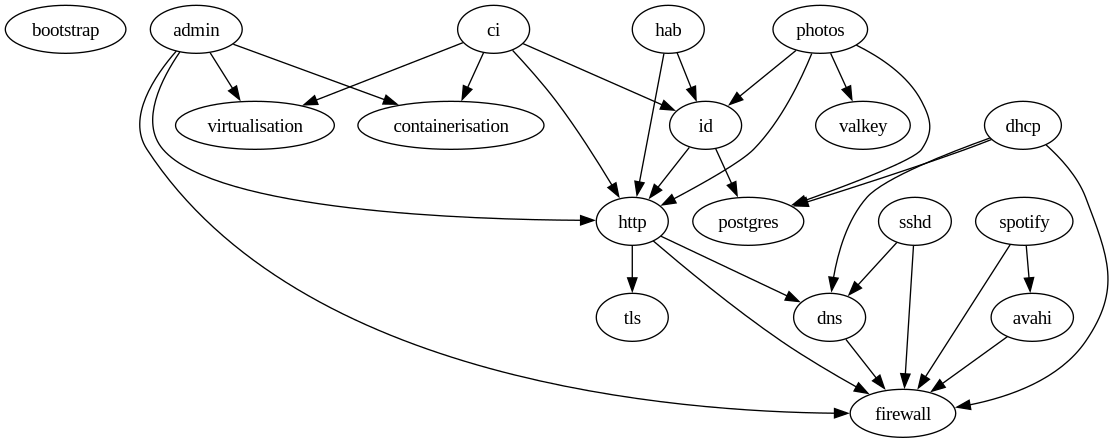
Earlier version of the Graphviz export depgraph.png (mbooth101/homelab). Its source is kept beside it as depgraph.gv.
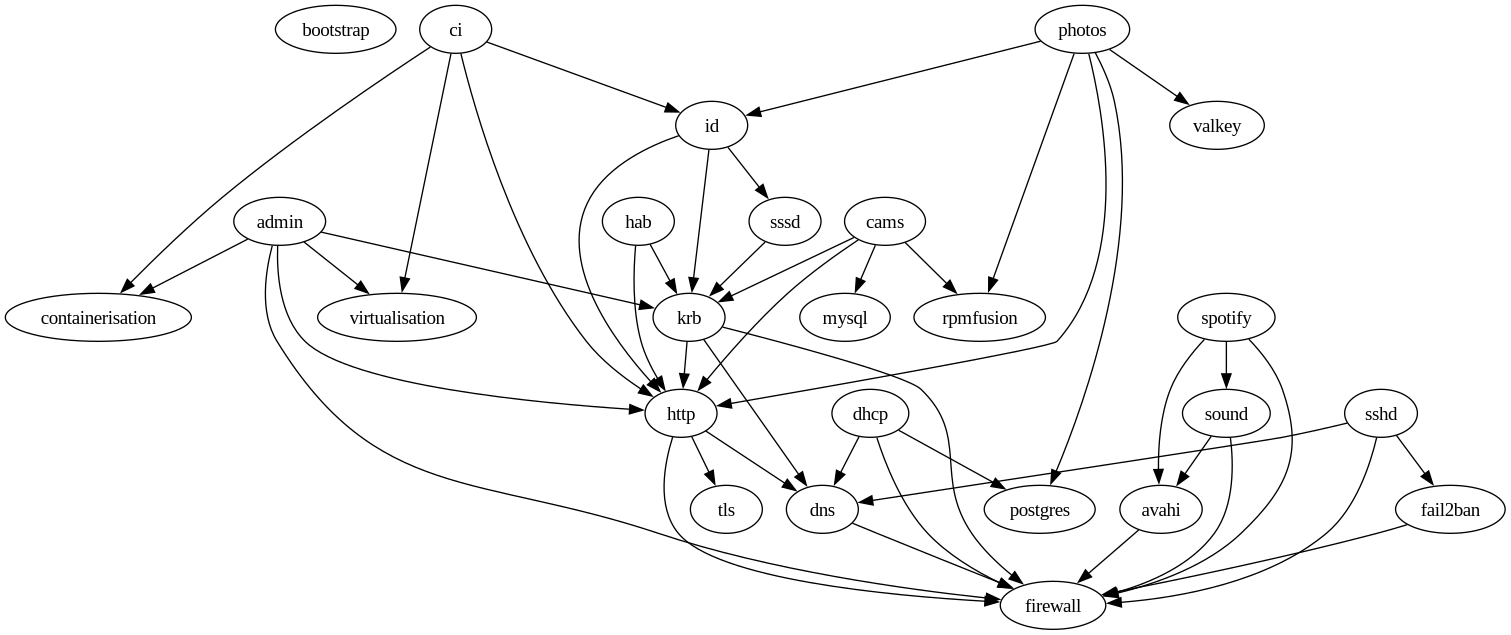
The same file after the commit.

Diff of the diagram source:
```diff
@@ -1,48 +1,71 @@
 digraph {
 	bootstrap
+	dhcp
+	dhcp -> firewall
+	firewall
+	dhcp -> dns
 	dns
 	dns -> firewall
-	firewall
-	dhcp
-	dhcp -> firewall
-	dhcp -> dns
 	dhcp -> postgres
 	postgres
 	sshd
 	sshd -> firewall
 	sshd -> dns
+	sshd -> fail2ban
+	fail2ban
+	fail2ban -> firewall
+	id
+	id -> http
+	http
+	http -> firewall
+	http -> dns
+	http -> tls
+	tls
+	id -> krb
+	krb
+	krb -> firewall
+	krb -> dns
+	krb -> http
+	id -> sssd
+	sssd
+	sssd -> krb
+	admin
+	admin -> firewall
+	admin -> http
+	admin -> krb
+	admin -> containerisation
+	containerisation
+	admin -> virtualisation
+	virtualisation
+	cams
+	cams -> rpmfusion
+	rpmfusion
+	cams -> http
+	cams -> krb
+	cams -> mysql
+	mysql
 	spotify
 	spotify -> firewall
 	spotify -> avahi
 	avahi
 	avahi -> firewall
-	admin
-	admin -> firewall
-	admin -> http
-	http
-	http -> firewall
-	http -> dns
-	http -> tls
-	tls
-	admin -> containerisation
-	containerisation
-	admin -> virtualisation
-	virtualisation
-	id
-	id -> http
-	id -> postgres
+	spotify -> sound
+	sound
+	sound -> firewall
+	sound -> avahi
+	photos
+	photos -> rpmfusion
+	photos -> http
+	photos -> postgres
+	photos -> id
+	photos -> valkey
+	valkey
 	ci
 	ci -> http
 	ci -> id
 	ci -> containerisation
 	ci -> virtualisation
-	photos
-	photos -> http
-	photos -> postgres
-	photos -> id
-	photos -> valkey
-	valkey
 	hab
 	hab -> http
-	hab -> id
+	hab -> krb
 }
```
